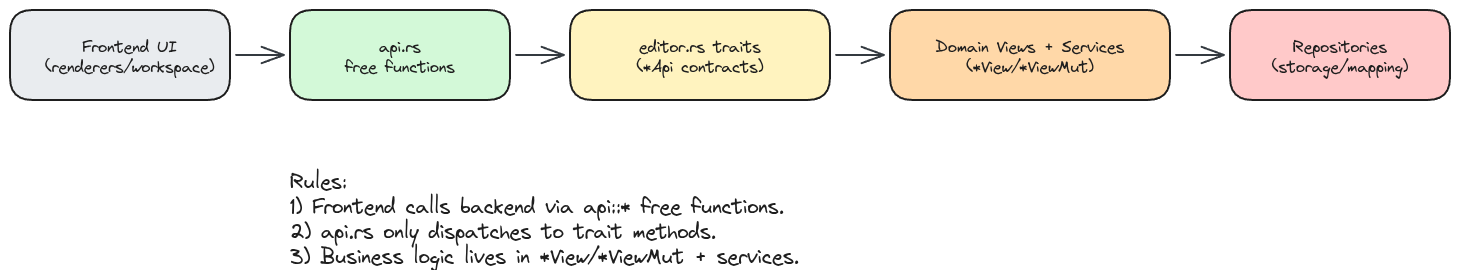
Above: beetry-editor-backend/docs/layers.excalidraw.png in skullim/beetry (Excalidraw), before the change. Source tidied: one line per element, renumbered; positions are measured from the earlier drawing's top-left corner, leaving out a move shared by most shapes.
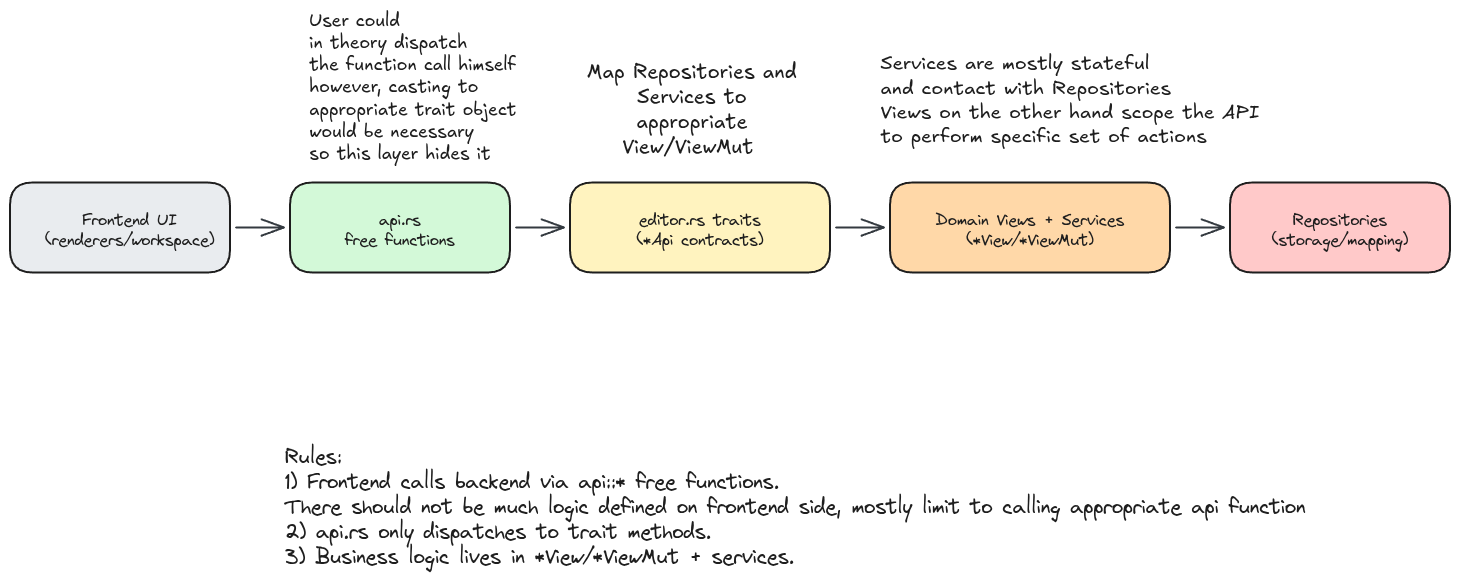
The same file after the commit.

Change to the diagram source:
```diff
@@ -12,4 +12,8 @@
 {"id": 11, "type": "arrow", "strokeColor": "#343a40", "strokeWidth": 2, "roughness": 0, "endArrowhead": "arrow", "x": 506, "y": 45, "width": 48, "height": 0, "points": [[0, 0], [48, 0]]}
 {"id": 12, "type": "arrow", "strokeColor": "#343a40", "strokeWidth": 2, "roughness": 0, "endArrowhead": "arrow", "x": 826, "y": 45, "width": 48, "height": 0, "points": [[0, 0], [48, 0]]}
 {"id": 13, "type": "arrow", "strokeColor": "#343a40", "strokeWidth": 2, "roughness": 0, "endArrowhead": "arrow", "x": 1166, "y": 45, "width": 48, "height": 0, "points": [[0, 0], [48, 0]]}
-{"id": 14, "type": "text", "text": "Rules:\n1) Frontend calls backend via api::* free functions.\n2) api.rs only dispatches to trait methods.\n3) Business logic lives in *View/*ViewMut + services.", "strokeColor": "#1e1e1e", "strokeWidth": 1, "roughness": 0, "fontSize": 20, "fontFamily": 1, "x": 280, "y": 160, "width": 830, "height": 90}
+{"id": 14, "type": "text", "text": "Rules:\n1) Frontend calls backend via api::* free functions.\nThere should not be much logic defined on frontend side, mostly limit to calling appropriate api function\n2) api.rs only dispatches to trait methods.\n3) Business logic lives in *View/*ViewMut + services.", "strokeColor": "#1e1e1e", "strokeWidth": 1, "roughness": 0, "fontSize": 20, "fontFamily": 1, "x": 275, "y": 263, "width": 1021, "height": 125}
+{"id": 15, "type": "arrow", "strokeColor": "#1e1e1e", "strokeWidth": 2, "roughness": 1, "endArrowhead": "arrow", "round": true, "x": 680, "y": -118, "width": 3, "height": 92, "points": [[0, 0], [3, 92]]}
+{"id": 16, "type": "text", "text": "Map Repositories and\nServices to\nappropriate\nView/ViewMut ", "strokeColor": "#1e1e1e", "strokeWidth": 2, "roughness": 1, "fontSize": 20, "fontFamily": 5, "textAlign": "center", "verticalAlign": "middle", "inside": 15, "x": 550, "y": -122, "width": 210, "height": 100}
+{"id": 17, "type": "text", "text": "Services are mostly stateful\nand contact with Repositories\nViews on the other hand scope the API \nto perform specific set of actions\n", "strokeColor": "#1e1e1e", "strokeWidth": 2, "roughness": 1, "fontSize": 19.52, "fontFamily": 5, "x": 870, "y": -130, "width": 387, "height": 122}
+{"id": 18, "type": "text", "text": "User could\nin theory dispatch\nthe function call himself\nhowever, casting to \nappropriate trait object\nwould be necessary\nso this layer hides it", "strokeColor": "#1e1e1e", "strokeWidth": 2, "roughness": 1, "fontSize": 17.78, "fontFamily": 5, "x": 299, "y": -172, "width": 207, "height": 156}
```
